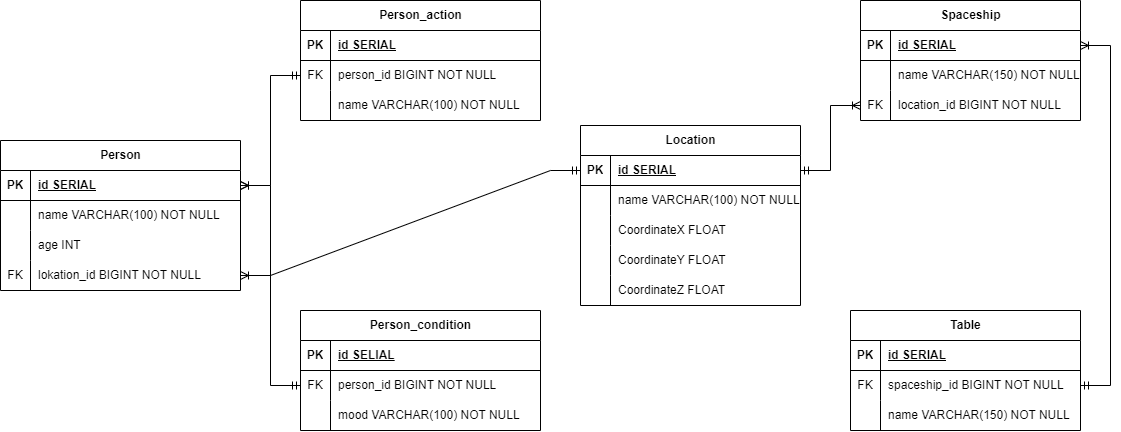
Before: DataBases/lab1/DatalogicDiagram.drawio.png, a diagram exported from draw.io (EgorovaVarvara/ITMO). Source tidied: cells renumbered, new cells last; positions are measured from the earlier drawing's top-left corner, leaving out a move shared by most shapes.
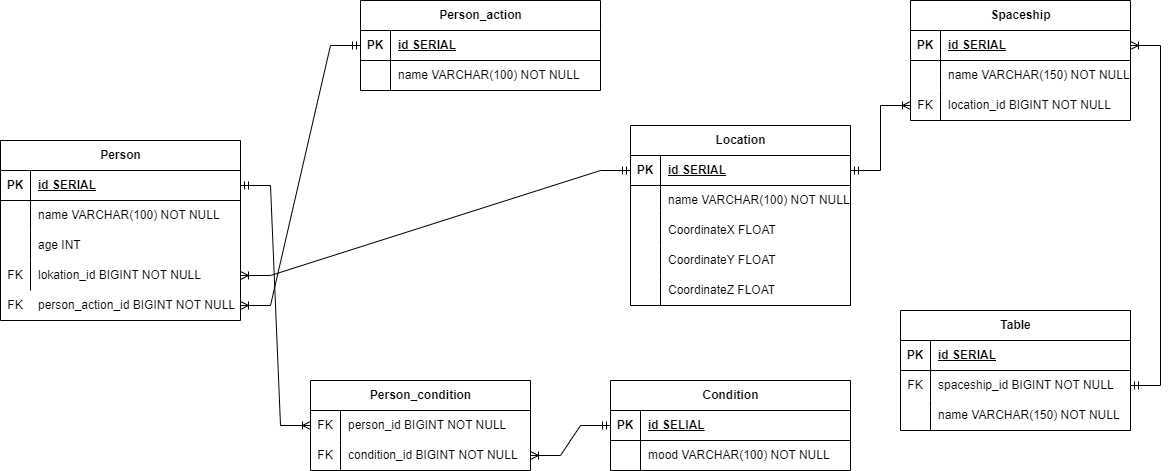
Later version of the same file.

The edit, as a diff of the source:
```diff
@@ -3,7 +3,7 @@
     <mxCell id="0" />
     <mxCell id="1" parent="0" />
     <mxCell id="2" value="Person" style="shape=table;startSize=30;rowLines=0;fontStyle=1;align=center;html=1;" parent="1" vertex="1">
-      <mxGeometry y="140" width="240" height="150" as="geometry" />
+      <mxGeometry x="-50" y="140" width="240" height="180" as="geometry" />
     </mxCell>
     <mxCell id="3" style="shape=tableRow;horizontal=0;startSize=0;swimlaneHead=0;swimlaneBody=0;fillColor=none;points=[[0,0.5],[1,0.5]];portConstraint=eastwest;top=0;left=0;right=0;bottom=1;" parent="2" vertex="1">
       <mxGeometry y="30" width="240" height="30" as="geometry" />
@@ -42,7 +42,7 @@
       <mxGeometry x="30" width="210" height="30" as="geometry" />
     </mxCell>
     <mxCell id="15" value="Person_action" style="shape=table;startSize=30;rowLines=0;fontStyle=1;align=center;html=1;" parent="1" vertex="1">
-      <mxGeometry x="300" width="240" height="120" as="geometry" />
+      <mxGeometry x="310" width="240" height="90" as="geometry" />
     </mxCell>
     <mxCell id="16" style="shape=tableRow;horizontal=0;startSize=0;swimlaneHead=0;swimlaneBody=0;fillColor=none;points=[[0,0.5],[1,0.5]];portConstraint=eastwest;top=0;left=0;right=0;bottom=1;" parent="15" vertex="1">
       <mxGeometry y="30" width="240" height="30" as="geometry" />
@@ -53,17 +53,8 @@
     <mxCell id="18" value="id SERIAL" style="shape=partialRectangle;fillColor=none;top=0;left=0;bottom=0;right=0;align=left;spacingLeft=6;fontStyle=5;overflow=hidden;whiteSpace=wrap;html=1;" parent="16" vertex="1">
       <mxGeometry x="30" width="210" height="30" as="geometry" />
     </mxCell>
-    <mxCell id="19" style="shape=tableRow;horizontal=0;startSize=0;swimlaneHead=0;swimlaneBody=0;fillColor=none;points=[[0,0.5],[1,0.5]];portConstraint=eastwest;top=0;left=0;right=0;bottom=0;" parent="15" vertex="1">
-      <mxGeometry y="60" width="240" height="30" as="geometry" />
-    </mxCell>
-    <mxCell id="20" value="FK" style="shape=partialRectangle;fillColor=none;top=0;left=0;bottom=0;right=0;overflow=hidden;whiteSpace=wrap;html=1;" parent="19" vertex="1">
-      <mxGeometry width="30" height="30" as="geometry" />
-    </mxCell>
-    <mxCell id="21" value="person_id BIGINT NOT NULL" style="shape=partialRectangle;fillColor=none;top=0;left=0;bottom=0;right=0;align=left;spacingLeft=6;overflow=hidden;whiteSpace=wrap;html=1;" parent="19" vertex="1">
-      <mxGeometry x="30" width="210" height="30" as="geometry" />
-    </mxCell>
     <mxCell id="22" style="shape=tableRow;horizontal=0;startSize=0;swimlaneHead=0;swimlaneBody=0;fillColor=none;top=0;left=0;right=0;bottom=0;" parent="15" vertex="1">
-      <mxGeometry y="90" width="240" height="30" as="geometry" />
+      <mxGeometry y="60" width="240" height="30" as="geometry" />
     </mxCell>
     <mxCell id="23" style="shape=partialRectangle;fillColor=none;top=0;left=0;bottom=0;right=0;overflow=hidden;whiteSpace=wrap;html=1;" parent="22" vertex="1">
       <mxGeometry width="30" height="30" as="geometry" />
@@ -71,8 +62,8 @@
     <mxCell id="24" value="name VARCHAR(100) NOT NULL" style="shape=partialRectangle;fillColor=none;top=0;left=0;bottom=0;right=0;align=left;spacingLeft=6;overflow=hidden;whiteSpace=wrap;html=1;" parent="22" vertex="1">
       <mxGeometry x="30" width="210" height="30" as="geometry" />
     </mxCell>
-    <mxCell id="25" value="Person_condition" style="shape=table;startSize=30;rowLines=0;fontStyle=1;align=center;html=1;" parent="1" vertex="1">
-      <mxGeometry x="300" y="310" width="240" height="120" as="geometry" />
+    <mxCell id="25" value="Condition" style="shape=table;startSize=30;rowLines=0;fontStyle=1;align=center;html=1;" parent="1" vertex="1">
+      <mxGeometry x="560" y="380" width="240" height="90" as="geometry" />
     </mxCell>
     <mxCell id="26" style="shape=tableRow;horizontal=0;startSize=0;swimlaneHead=0;swimlaneBody=0;fillColor=none;points=[[0,0.5],[1,0.5]];portConstraint=eastwest;top=0;left=0;right=0;bottom=1;" parent="25" vertex="1">
       <mxGeometry y="30" width="240" height="30" as="geometry" />
@@ -83,17 +74,8 @@
     <mxCell id="28" value="id SELIAL" style="shape=partialRectangle;fillColor=none;top=0;left=0;bottom=0;right=0;align=left;spacingLeft=6;fontStyle=5;overflow=hidden;whiteSpace=wrap;html=1;" parent="26" vertex="1">
       <mxGeometry x="30" width="210" height="30" as="geometry" />
     </mxCell>
-    <mxCell id="29" style="shape=tableRow;horizontal=0;startSize=0;swimlaneHead=0;swimlaneBody=0;fillColor=none;points=[[0,0.5],[1,0.5]];portConstraint=eastwest;top=0;left=0;right=0;bottom=0;" parent="25" vertex="1">
-      <mxGeometry y="60" width="240" height="30" as="geometry" />
-    </mxCell>
-    <mxCell id="30" value="FK" style="shape=partialRectangle;fillColor=none;top=0;left=0;bottom=0;right=0;overflow=hidden;whiteSpace=wrap;html=1;" parent="29" vertex="1">
-      <mxGeometry width="30" height="30" as="geometry" />
-    </mxCell>
-    <mxCell id="31" value="person_id BIGINT NOT NULL" style="shape=partialRectangle;fillColor=none;top=0;left=0;bottom=0;right=0;align=left;spacingLeft=6;overflow=hidden;whiteSpace=wrap;html=1;" parent="29" vertex="1">
-      <mxGeometry x="30" width="210" height="30" as="geometry" />
-    </mxCell>
     <mxCell id="32" style="shape=tableRow;horizontal=0;startSize=0;swimlaneHead=0;swimlaneBody=0;fillColor=none;top=0;left=0;right=0;bottom=0;" parent="25" vertex="1">
-      <mxGeometry y="90" width="240" height="30" as="geometry" />
+      <mxGeometry y="60" width="240" height="30" as="geometry" />
     </mxCell>
     <mxCell id="33" style="shape=partialRectangle;fillColor=none;top=0;left=0;bottom=0;right=0;overflow=hidden;whiteSpace=wrap;html=1;" parent="32" vertex="1">
       <mxGeometry width="30" height="30" as="geometry" />
@@ -101,12 +83,6 @@
     <mxCell id="34" value="mood VARCHAR(100) NOT NULL" style="shape=partialRectangle;fillColor=none;top=0;left=0;bottom=0;right=0;align=left;spacingLeft=6;overflow=hidden;whiteSpace=wrap;html=1;" parent="32" vertex="1">
       <mxGeometry x="30" width="210" height="30" as="geometry" />
     </mxCell>
-    <mxCell id="35" style="edgeStyle=entityRelationEdgeStyle;fontSize=12;html=1;endArrow=ERoneToMany;startArrow=ERmandOne;rounded=0;entryX=1;entryY=0.5;entryDx=0;entryDy=0;exitX=0;exitY=0.5;exitDx=0;exitDy=0;" parent="1" edge="1" source="19" target="3">
-      <mxGeometry relative="1" as="geometry" />
-    </mxCell>
-    <mxCell id="36" style="edgeStyle=entityRelationEdgeStyle;fontSize=12;html=1;endArrow=ERoneToMany;startArrow=ERmandOne;rounded=0;exitX=0;exitY=0.5;exitDx=0;exitDy=0;entryX=1;entryY=0.5;entryDx=0;entryDy=0;" parent="1" edge="1" source="29" target="3">
-      <mxGeometry relative="1" as="geometry" />
-    </mxCell>
     <mxCell id="37" value="Location" style="shape=table;startSize=30;rowLines=0;fontStyle=1;align=center;html=1;" parent="1" vertex="1">
       <mxGeometry x="580" y="125" width="220" height="180" as="geometry" />
     </mxCell>
@@ -228,5 +204,51 @@
         </Array>
       </mxGeometry>
     </mxCell>
+    <mxCell id="76" style="shape=table;startSize=0;rowLines=0;fontStyle=0;align=center;strokeColor=none;fillColor=none;" parent="1" vertex="1">
+      <mxGeometry x="-50" y="290" width="240" height="30" as="geometry" />
+    </mxCell>
+    <mxCell id="77" style="shape=tableRow;horizontal=0;startSize=0;swimlaneHead=0;swimlaneBody=0;fillColor=none;points=[[0,0.5],[1,0.5]];portConstraint=eastwest;top=0;left=0;right=0;bottom=0;" parent="76" vertex="1">
+      <mxGeometry width="240" height="30" as="geometry" />
+    </mxCell>
+    <mxCell id="78" value="FK" style="shape=partialRectangle;fillColor=none;top=0;left=0;bottom=0;right=0;fontStyle=0;overflow=hidden;whiteSpace=wrap;html=1;" parent="77" vertex="1">
+      <mxGeometry width="30" height="30" as="geometry" />
+    </mxCell>
+    <mxCell id="79" value="person_action_id BIGINT NOT NULL" style="shape=partialRectangle;fillColor=none;top=0;left=0;bottom=0;right=0;align=left;spacingLeft=6;fontStyle=0;overflow=hidden;whiteSpace=wrap;html=1;" parent="77" vertex="1">
+      <mxGeometry x="30" width="210" height="30" as="geometry" />
+    </mxCell>
+    <mxCell id="80" style="edgeStyle=entityRelationEdgeStyle;fontSize=12;html=1;endArrow=ERoneToMany;startArrow=ERmandOne;rounded=0;entryX=1;entryY=0.5;entryDx=0;entryDy=0;exitX=0;exitY=0.5;exitDx=0;exitDy=0;" parent="1" edge="1" source="16" target="77">
+      <mxGeometry relative="1" as="geometry" />
+    </mxCell>
+    <mxCell id="81" value="Person_condition" style="shape=table;startSize=30;rowLines=0;fontStyle=1;align=center;html=1;" parent="1" vertex="1">
+      <mxGeometry x="260" y="380" width="220" height="90" as="geometry" />
+    </mxCell>
+    <mxCell id="82" style="shape=tableRow;horizontal=0;startSize=0;swimlaneHead=0;swimlaneBody=0;fillColor=none;points=[[0,0.5],[1,0.5]];portConstraint=eastwest;top=0;left=0;right=0;bottom=0;" parent="81" vertex="1">
+      <mxGeometry y="30" width="220" height="30" as="geometry" />
+    </mxCell>
+    <mxCell id="83" value="FK" style="shape=partialRectangle;fillColor=none;top=0;left=0;bottom=0;right=0;overflow=hidden;whiteSpace=wrap;html=1;" parent="82" vertex="1">
+      <mxGeometry width="30" height="30" as="geometry" />
+    </mxCell>
+    <mxCell id="84" value="person_id BIGINT NOT NULL" style="shape=partialRectangle;fillColor=none;top=0;left=0;bottom=0;right=0;align=left;spacingLeft=6;overflow=hidden;whiteSpace=wrap;html=1;" parent="82" vertex="1">
+      <mxGeometry x="30" width="190" height="30" as="geometry" />
+    </mxCell>
+    <mxCell id="85" style="shape=tableRow;horizontal=0;startSize=0;swimlaneHead=0;swimlaneBody=0;fillColor=none;points=[[0,0.5],[1,0.5]];portConstraint=eastwest;top=0;left=0;right=0;bottom=0;" parent="81" vertex="1">
+      <mxGeometry y="60" width="220" height="30" as="geometry" />
+    </mxCell>
+    <mxCell id="86" value="FK" style="shape=partialRectangle;fillColor=none;top=0;left=0;bottom=0;right=0;overflow=hidden;whiteSpace=wrap;html=1;" parent="85" vertex="1">
+      <mxGeometry width="30" height="30" as="geometry" />
+    </mxCell>
+    <mxCell id="87" value="condition_id BIGINT NOT NULL" style="shape=partialRectangle;fillColor=none;top=0;left=0;bottom=0;right=0;align=left;spacingLeft=6;overflow=hidden;whiteSpace=wrap;html=1;" parent="85" vertex="1">
+      <mxGeometry x="30" width="190" height="30" as="geometry" />
+    </mxCell>
+    <mxCell id="88" style="edgeStyle=entityRelationEdgeStyle;fontSize=12;html=1;endArrow=ERoneToMany;startArrow=ERmandOne;rounded=0;exitX=1;exitY=0.5;exitDx=0;exitDy=0;" parent="1" edge="1" source="3" target="82">
+      <mxGeometry relative="1" as="geometry">
+        <Array as="points">
+          <mxPoint x="260" y="305" />
+        </Array>
+      </mxGeometry>
+    </mxCell>
+    <mxCell id="89" style="edgeStyle=entityRelationEdgeStyle;fontSize=12;html=1;endArrow=ERoneToMany;startArrow=ERmandOne;rounded=0;exitX=0;exitY=0.5;exitDx=0;exitDy=0;entryX=1;entryY=0.5;entryDx=0;entryDy=0;" parent="1" edge="1" source="26" target="85">
+      <mxGeometry relative="1" as="geometry" />
+    </mxCell>
   </root>
 </mxGraphModel>
```
